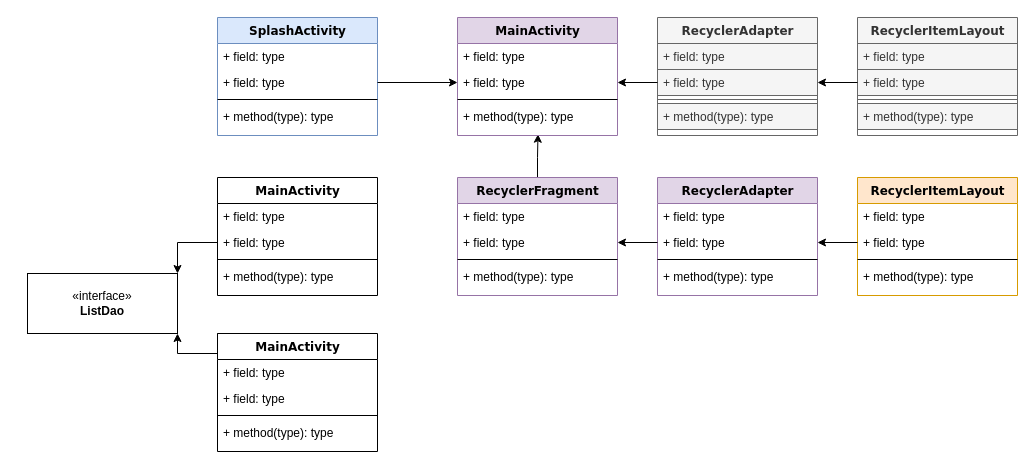
Earlier version of the draw.io diagram 바르미.drawio (jake5113/BareumiLib). Source tidied: cells renumbered, new cells numbered last; positions are measured from the earlier drawing's top-left corner, leaving out a move shared by most shapes. Both pictures are drawn from the tidied source at 100%, with x=0, y=0 at pixel (27, 17).
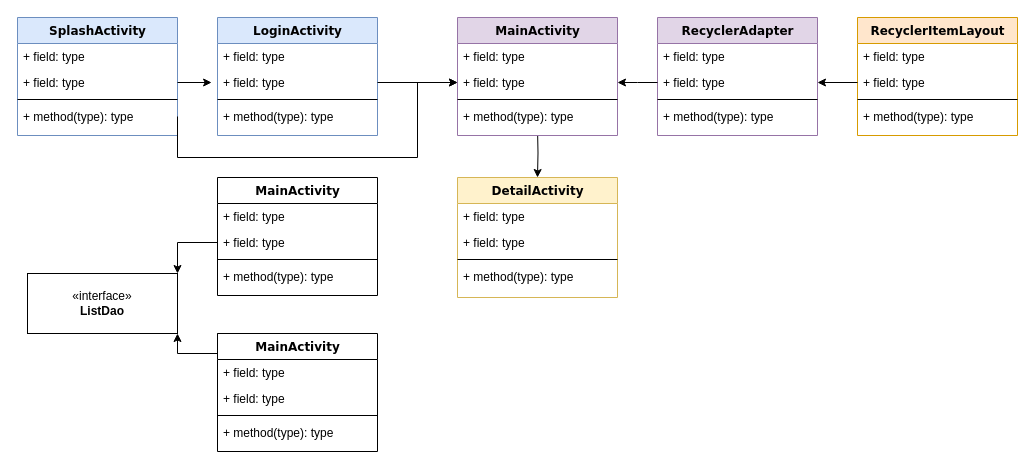
The same page after the edit.

Commit message (it also covers changes not shown here):
바르미.drawio 업데이트

Unchanged cells that the change refers to:
```xml
<mxCell id="10" value="+ field: type" style="text;html=1;strokeColor=none;fillColor=none;align=left;verticalAlign=top;spacingLeft=4;spacingRight=4;whiteSpace=wrap;overflow=hidden;points=[[0,0.5],[1,0.5]];portConstraint=eastwest;" parent="8" vertex="1">
  <mxGeometry y="52" width="160" height="26" as="geometry" />
</mxCell>
<mxCell id="31" value="+ field: type" style="text;html=1;strokeColor=none;fillColor=none;align=left;verticalAlign=top;spacingLeft=4;spacingRight=4;whiteSpace=wrap;overflow=hidden;points=[[0,0.5],[1,0.5]];portConstraint=eastwest;" parent="29" vertex="1">
  <mxGeometry y="52" width="160" height="26" as="geometry" />
</mxCell>
<mxCell id="33" value="+ method(type): type" style="text;html=1;strokeColor=none;fillColor=none;align=left;verticalAlign=top;spacingLeft=4;spacingRight=4;whiteSpace=wrap;overflow=hidden;points=[[0,0.5],[1,0.5]];portConstraint=eastwest;" parent="29" vertex="1">
  <mxGeometry y="86" width="160" height="26" as="geometry" />
</mxCell>
<mxCell id="36" value="+ field: type" style="text;html=1;strokeColor=none;fillColor=none;align=left;verticalAlign=top;spacingLeft=4;spacingRight=4;whiteSpace=wrap;overflow=hidden;points=[[0,0.5],[1,0.5]];portConstraint=eastwest;" parent="34" vertex="1">
  <mxGeometry y="52" width="160" height="26" as="geometry" />
</mxCell>
<mxCell id="38" value="+ method(type): type" style="text;html=1;strokeColor=none;fillColor=none;align=left;verticalAlign=top;spacingLeft=4;spacingRight=4;whiteSpace=wrap;overflow=hidden;points=[[0,0.5],[1,0.5]];portConstraint=eastwest;" parent="34" vertex="1">
  <mxGeometry y="86" width="160" height="26" as="geometry" />
</mxCell>
```

What changed in the source:
```diff
@@
-    <mxCell id="2" style="edgeStyle=orthogonalEdgeStyle;rounded=0;jettySize=auto;html=1;exitX=0.5;exitY=0;exitDx=0;exitDy=0;entryX=0.503;entryY=1.182;entryDx=0;entryDy=0;entryPerimeter=0;" parent="1" edge="1" source="3" target="33">
-      <mxGeometry relative="1" as="geometry">
-        <Array as="points">
-          <mxPoint x="510" y="140" />
-          <mxPoint x="510" y="140" />
-        </Array>
-      </mxGeometry>
-    </mxCell>
-    <mxCell id="3" value="RecyclerFragment" style="swimlane;html=1;fontStyle=1;align=center;verticalAlign=top;horizontal=1;startSize=26;swimlaneFillColor=#ffffff;rounded=0;shadow=0;comic=0;labelBackgroundColor=none;strokeWidth=1;fillColor=#e1d5e7;fontFamily=Verdana;fontSize=12;strokeColor=#9673a6;" parent="1" vertex="1">
-      <mxGeometry x="430" y="160" width="160" height="118" as="geometry" />
-    </mxCell>
-    <mxCell id="4" value="+ field: type" style="text;html=1;strokeColor=none;fillColor=none;align=left;verticalAlign=top;spacingLeft=4;spacingRight=4;whiteSpace=wrap;overflow=hidden;" parent="3" vertex="1">
-      <mxGeometry y="26" width="160" height="26" as="geometry" />
-    </mxCell>
-    <mxCell id="5" value="+ field: type" style="text;html=1;strokeColor=none;fillColor=none;align=left;verticalAlign=top;spacingLeft=4;spacingRight=4;whiteSpace=wrap;overflow=hidden;points=[[0,0.5],[1,0.5]];portConstraint=eastwest;" parent="3" vertex="1">
-      <mxGeometry y="52" width="160" height="26" as="geometry" />
-    </mxCell>
-    <mxCell id="6" style="line;html=1;strokeWidth=1;fillColor=none;align=left;verticalAlign=middle;spacingTop=-1;spacingLeft=3;spacingRight=3;labelPosition=right;" parent="3" vertex="1">
-      <mxGeometry y="78" width="160" height="8" as="geometry" />
-    </mxCell>
-    <mxCell id="7" value="+ method(type): type" style="text;html=1;strokeColor=none;fillColor=none;align=left;verticalAlign=top;spacingLeft=4;spacingRight=4;whiteSpace=wrap;overflow=hidden;" parent="3" vertex="1">
-      <mxGeometry y="86" width="160" height="26" as="geometry" />
-    </mxCell>
+    <mxCell id="56" style="edgeStyle=orthogonalEdgeStyle;rounded=0;jettySize=auto;html=1;entryX=0.5;entryY=0;entryDx=0;entryDy=0;" parent="1" edge="1" target="65">
+      <mxGeometry relative="1" as="geometry">
+        <mxPoint x="510" y="110" as="sourcePoint" />
+      </mxGeometry>
+    </mxCell>
     <mxCell id="8" value="RecyclerAdapter&lt;br&gt;" style="swimlane;html=1;fontStyle=1;align=center;verticalAlign=top;horizontal=1;startSize=26;swimlaneFillColor=#ffffff;rounded=0;shadow=0;comic=0;labelBackgroundColor=none;strokeWidth=1;fillColor=#e1d5e7;fontFamily=Verdana;fontSize=12;strokeColor=#9673a6;" parent="1" vertex="1">
-      <mxGeometry x="630" y="160" width="160" height="118" as="geometry" />
+      <mxGeometry x="630" width="160" height="118" as="geometry" />
     </mxCell>
@@
     <mxCell id="13" value="RecyclerItemLayout" style="swimlane;html=1;fontStyle=1;align=center;verticalAlign=top;horizontal=1;startSize=26;swimlaneFillColor=#ffffff;rounded=0;shadow=0;comic=0;labelBackgroundColor=none;strokeWidth=1;fillColor=#ffe6cc;fontFamily=Verdana;fontSize=12;strokeColor=#d79b00;" parent="1" vertex="1">
-      <mxGeometry x="830" y="160" width="160" height="118" as="geometry" />
+      <mxGeometry x="830" width="160" height="118" as="geometry" />
     </mxCell>
@@
     <mxCell id="34" value="SplashActivity&lt;br&gt;" style="swimlane;html=1;fontStyle=1;align=center;verticalAlign=top;horizontal=1;startSize=26;swimlaneFillColor=#ffffff;rounded=0;shadow=0;comic=0;labelBackgroundColor=none;strokeWidth=1;fillColor=#dae8fc;fontFamily=Verdana;fontSize=12;strokeColor=#6c8ebf;" parent="1" vertex="1">
-      <mxGeometry x="190" width="160" height="118" as="geometry" />
+      <mxGeometry x="-10" width="160" height="118" as="geometry" />
     </mxCell>
@@
-    <mxCell id="39" style="edgeStyle=orthogonalEdgeStyle;rounded=0;jettySize=auto;html=1;exitX=1;exitY=0.5;exitDx=0;exitDy=0;entryX=0;entryY=0.5;entryDx=0;entryDy=0;" parent="1" edge="1" source="36" target="31">
-      <mxGeometry relative="1" as="geometry" />
-    </mxCell>
@@
-    <mxCell id="41" style="edgeStyle=orthogonalEdgeStyle;rounded=0;jettySize=auto;html=1;exitX=0;exitY=0.5;exitDx=0;exitDy=0;entryX=1;entryY=0.5;entryDx=0;entryDy=0;" parent="1" edge="1" source="10" target="5">
-      <mxGeometry relative="1" as="geometry" />
+    <mxCell id="41" style="edgeStyle=orthogonalEdgeStyle;rounded=0;jettySize=auto;html=1;exitX=0;exitY=0.5;exitDx=0;exitDy=0;entryX=1;entryY=0.5;entryDx=0;entryDy=0;" parent="1" edge="1" source="10">
+      <mxGeometry relative="1" as="geometry">
+        <mxPoint x="590" y="65" as="targetPoint" />
+      </mxGeometry>
     </mxCell>
-    <mxCell id="42" value="RecyclerAdapter&lt;br&gt;" style="swimlane;html=1;fontStyle=1;align=center;verticalAlign=top;horizontal=1;startSize=26;swimlaneFillColor=#ffffff;rounded=0;shadow=0;comic=0;labelBackgroundColor=none;strokeWidth=1;fillColor=#f5f5f5;fontFamily=Verdana;fontSize=12;strokeColor=#666666;fontColor=#333333;" parent="1" vertex="1">
-      <mxGeometry x="630" width="160" height="118" as="geometry" />
-    </mxCell>
-    <mxCell id="43" value="+ field: type" style="text;html=1;strokeColor=#666666;fillColor=#f5f5f5;align=left;verticalAlign=top;spacingLeft=4;spacingRight=4;whiteSpace=wrap;overflow=hidden;fontColor=#333333;" parent="42" vertex="1">
-      <mxGeometry y="26" width="160" height="26" as="geometry" />
-    </mxCell>
-    <mxCell id="44" value="+ field: type" style="text;html=1;strokeColor=#666666;fillColor=#f5f5f5;align=left;verticalAlign=top;spacingLeft=4;spacingRight=4;whiteSpace=wrap;overflow=hidden;points=[[0,0.5],[1,0.5]];portConstraint=eastwest;fontColor=#333333;" parent="42" vertex="1">
-      <mxGeometry y="52" width="160" height="26" as="geometry" />
-    </mxCell>
-    <mxCell id="45" style="line;html=1;strokeWidth=1;fillColor=#f5f5f5;align=left;verticalAlign=middle;spacingTop=-1;spacingLeft=3;spacingRight=3;labelPosition=right;fontColor=#333333;strokeColor=#666666;" parent="42" vertex="1">
-      <mxGeometry y="78" width="160" height="8" as="geometry" />
-    </mxCell>
-    <mxCell id="46" value="+ method(type): type" style="text;html=1;strokeColor=#666666;fillColor=#f5f5f5;align=left;verticalAlign=top;spacingLeft=4;spacingRight=4;whiteSpace=wrap;overflow=hidden;fontColor=#333333;" parent="42" vertex="1">
-      <mxGeometry y="86" width="160" height="26" as="geometry" />
-    </mxCell>
-    <mxCell id="47" value="RecyclerItemLayout" style="swimlane;html=1;fontStyle=1;align=center;verticalAlign=top;horizontal=1;startSize=26;swimlaneFillColor=#ffffff;rounded=0;shadow=0;comic=0;labelBackgroundColor=none;strokeWidth=1;fillColor=#f5f5f5;fontFamily=Verdana;fontSize=12;strokeColor=#666666;fontColor=#333333;" parent="1" vertex="1">
-      <mxGeometry x="830" width="160" height="118" as="geometry" />
-    </mxCell>
-    <mxCell id="48" value="+ field: type" style="text;html=1;strokeColor=#666666;fillColor=#f5f5f5;align=left;verticalAlign=top;spacingLeft=4;spacingRight=4;whiteSpace=wrap;overflow=hidden;fontColor=#333333;" parent="47" vertex="1">
-      <mxGeometry y="26" width="160" height="26" as="geometry" />
-    </mxCell>
-    <mxCell id="49" value="+ field: type" style="text;html=1;strokeColor=#666666;fillColor=#f5f5f5;align=left;verticalAlign=top;spacingLeft=4;spacingRight=4;whiteSpace=wrap;overflow=hidden;points=[[0,0.5],[1,0.5]];portConstraint=eastwest;fontColor=#333333;" parent="47" vertex="1">
-      <mxGeometry y="52" width="160" height="26" as="geometry" />
-    </mxCell>
-    <mxCell id="50" style="line;html=1;strokeWidth=1;fillColor=#f5f5f5;align=left;verticalAlign=middle;spacingTop=-1;spacingLeft=3;spacingRight=3;labelPosition=right;fontColor=#333333;strokeColor=#666666;" parent="47" vertex="1">
-      <mxGeometry y="78" width="160" height="8" as="geometry" />
-    </mxCell>
-    <mxCell id="51" value="+ method(type): type" style="text;html=1;strokeColor=#666666;fillColor=#f5f5f5;align=left;verticalAlign=top;spacingLeft=4;spacingRight=4;whiteSpace=wrap;overflow=hidden;fontColor=#333333;" parent="47" vertex="1">
-      <mxGeometry y="86" width="160" height="26" as="geometry" />
-    </mxCell>
-    <mxCell id="52" style="edgeStyle=orthogonalEdgeStyle;rounded=0;jettySize=auto;html=1;exitX=0;exitY=0.5;exitDx=0;exitDy=0;entryX=1;entryY=0.5;entryDx=0;entryDy=0;" parent="1" edge="1" source="44" target="31">
-      <mxGeometry relative="1" as="geometry" />
-    </mxCell>
-    <mxCell id="53" style="edgeStyle=orthogonalEdgeStyle;rounded=0;jettySize=auto;html=1;exitX=0;exitY=0.5;exitDx=0;exitDy=0;entryX=1;entryY=0.5;entryDx=0;entryDy=0;" parent="1" edge="1" source="49" target="44">
-      <mxGeometry relative="1" as="geometry" />
-    </mxCell>
@@
+    <mxCell id="57" value="LoginActivity" style="swimlane;html=1;fontStyle=1;align=center;verticalAlign=top;horizontal=1;startSize=26;swimlaneFillColor=#ffffff;rounded=0;shadow=0;comic=0;labelBackgroundColor=none;strokeWidth=1;fillColor=#dae8fc;fontFamily=Verdana;fontSize=12;strokeColor=#6c8ebf;" parent="1" vertex="1">
+      <mxGeometry x="190" width="160" height="118" as="geometry" />
+    </mxCell>
+    <mxCell id="58" value="+ field: type" style="text;html=1;strokeColor=none;fillColor=none;align=left;verticalAlign=top;spacingLeft=4;spacingRight=4;whiteSpace=wrap;overflow=hidden;" parent="57" vertex="1">
+      <mxGeometry y="26" width="160" height="26" as="geometry" />
+    </mxCell>
+    <mxCell id="59" value="+ field: type" style="text;html=1;strokeColor=none;fillColor=none;align=left;verticalAlign=top;spacingLeft=4;spacingRight=4;whiteSpace=wrap;overflow=hidden;points=[[0,0.5],[1,0.5]];portConstraint=eastwest;" parent="57" vertex="1">
+      <mxGeometry y="52" width="160" height="26" as="geometry" />
+    </mxCell>
+    <mxCell id="60" style="line;html=1;strokeWidth=1;fillColor=none;align=left;verticalAlign=middle;spacingTop=-1;spacingLeft=3;spacingRight=3;labelPosition=right;" parent="57" vertex="1">
+      <mxGeometry y="78" width="160" height="8" as="geometry" />
+    </mxCell>
+    <mxCell id="61" value="+ method(type): type" style="text;html=1;strokeColor=none;fillColor=none;align=left;verticalAlign=top;spacingLeft=4;spacingRight=4;whiteSpace=wrap;overflow=hidden;" parent="57" vertex="1">
+      <mxGeometry y="86" width="160" height="26" as="geometry" />
+    </mxCell>
+    <mxCell id="62" style="edgeStyle=orthogonalEdgeStyle;rounded=0;jettySize=auto;html=1;exitX=1;exitY=0.5;exitDx=0;exitDy=0;entryX=-0.037;entryY=0.526;entryDx=0;entryDy=0;entryPerimeter=0;" parent="1" edge="1" source="36" target="59">
+      <mxGeometry relative="1" as="geometry" />
+    </mxCell>
+    <mxCell id="63" style="edgeStyle=orthogonalEdgeStyle;rounded=0;jettySize=auto;html=1;exitX=1;exitY=0.5;exitDx=0;exitDy=0;entryX=0;entryY=0.5;entryDx=0;entryDy=0;" parent="1" edge="1" source="59" target="31">
+      <mxGeometry relative="1" as="geometry" />
+    </mxCell>
+    <mxCell id="64" style="edgeStyle=orthogonalEdgeStyle;rounded=0;jettySize=auto;html=1;exitX=1;exitY=0.5;exitDx=0;exitDy=0;entryX=0;entryY=0.5;entryDx=0;entryDy=0;" parent="1" edge="1" source="38" target="31">
+      <mxGeometry relative="1" as="geometry">
+        <Array as="points">
+          <mxPoint x="150" y="140" />
+          <mxPoint x="390" y="140" />
+          <mxPoint x="390" y="65" />
+        </Array>
+      </mxGeometry>
+    </mxCell>
+    <mxCell id="65" value="DetailActivity&lt;br&gt;" style="swimlane;html=1;fontStyle=1;align=center;verticalAlign=top;horizontal=1;startSize=26;swimlaneFillColor=#ffffff;rounded=0;shadow=0;comic=0;labelBackgroundColor=none;strokeWidth=1;fillColor=#fff2cc;fontFamily=Verdana;fontSize=12;strokeColor=#d6b656;" parent="1" vertex="1">
+      <mxGeometry x="430" y="160" width="160" height="120" as="geometry" />
+    </mxCell>
+    <mxCell id="66" value="+ field: type" style="text;html=1;strokeColor=none;fillColor=none;align=left;verticalAlign=top;spacingLeft=4;spacingRight=4;whiteSpace=wrap;overflow=hidden;" parent="65" vertex="1">
+      <mxGeometry y="26" width="160" height="26" as="geometry" />
+    </mxCell>
+    <mxCell id="67" value="+ field: type" style="text;html=1;strokeColor=none;fillColor=none;align=left;verticalAlign=top;spacingLeft=4;spacingRight=4;whiteSpace=wrap;overflow=hidden;" parent="65" vertex="1">
+      <mxGeometry y="52" width="160" height="26" as="geometry" />
+    </mxCell>
+    <mxCell id="68" style="line;html=1;strokeWidth=1;fillColor=none;align=left;verticalAlign=middle;spacingTop=-1;spacingLeft=3;spacingRight=3;labelPosition=right;" parent="65" vertex="1">
+      <mxGeometry y="78" width="160" height="8" as="geometry" />
+    </mxCell>
+    <mxCell id="69" value="+ method(type): type" style="text;html=1;strokeColor=none;fillColor=none;align=left;verticalAlign=top;spacingLeft=4;spacingRight=4;whiteSpace=wrap;overflow=hidden;" parent="65" vertex="1">
+      <mxGeometry y="86" width="160" height="26" as="geometry" />
+    </mxCell>
```
